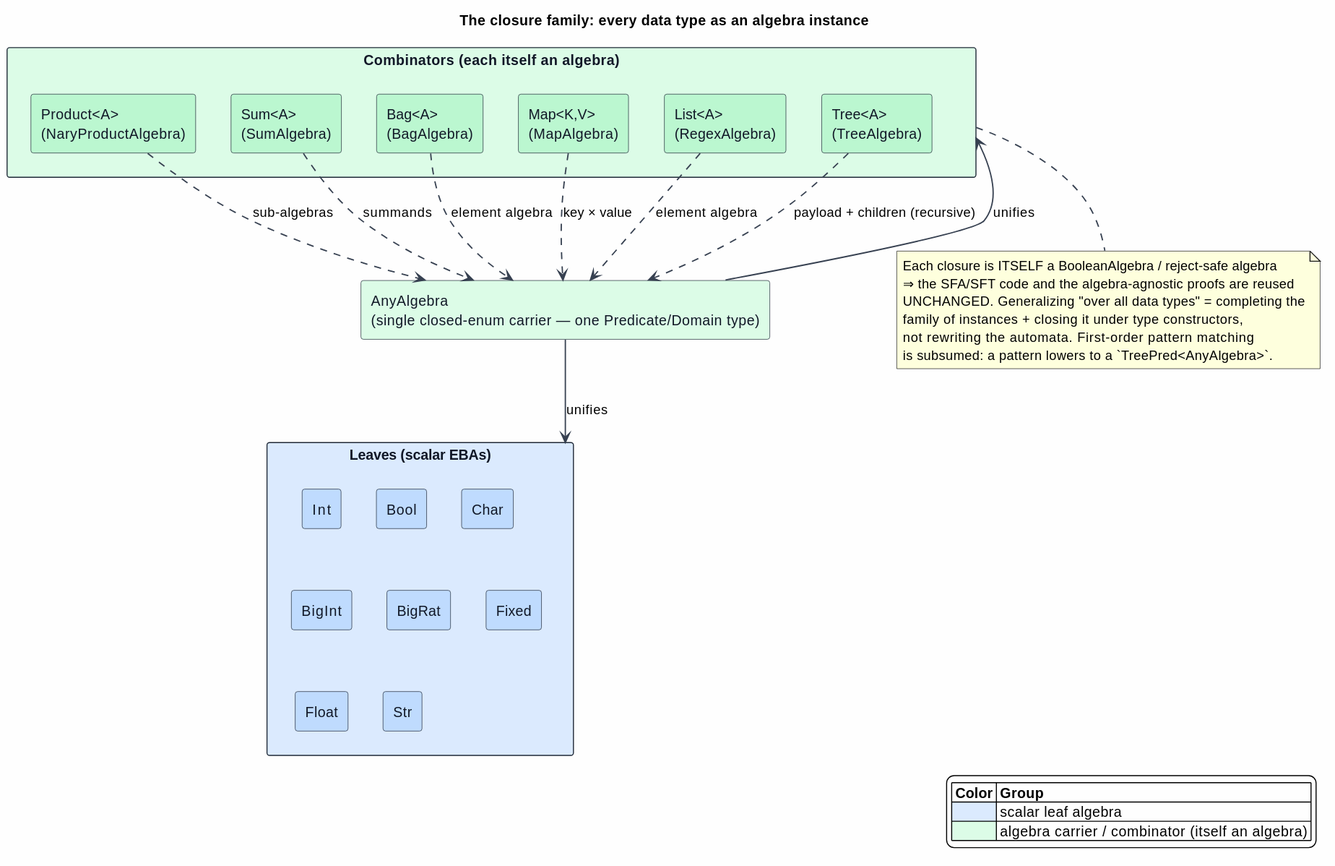
This is docs/architecture/semantic-predicates/figures/05-closure-family.svg from F1R3FLY-io/mettail-rust, a PlantUML export, as it was before one commit.
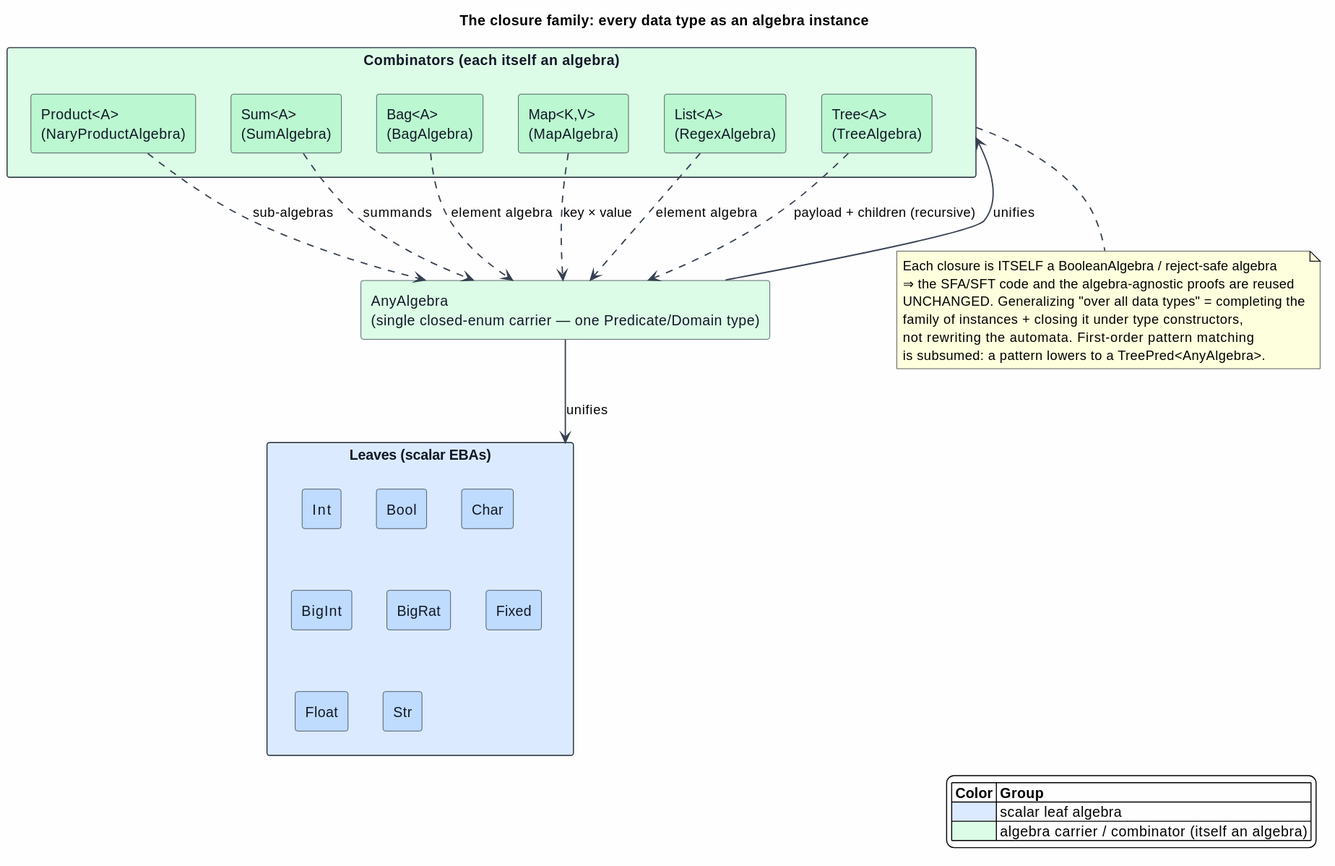
After the commit.

What changed in the source:
```diff
@@ -53,7 +53,7 @@
   UNCHANGED. Generalizing "over all data types" = completing the
   family of instances + closing it under type constructors,
   not rewriting the automata. First-order pattern matching
-  is subsumed: a pattern lowers to a `TreePred<AnyAlgebra>`.
+  is subsumed: a pattern lowers to a TreePred<AnyAlgebra>.
 end note
 
 legend right
```
